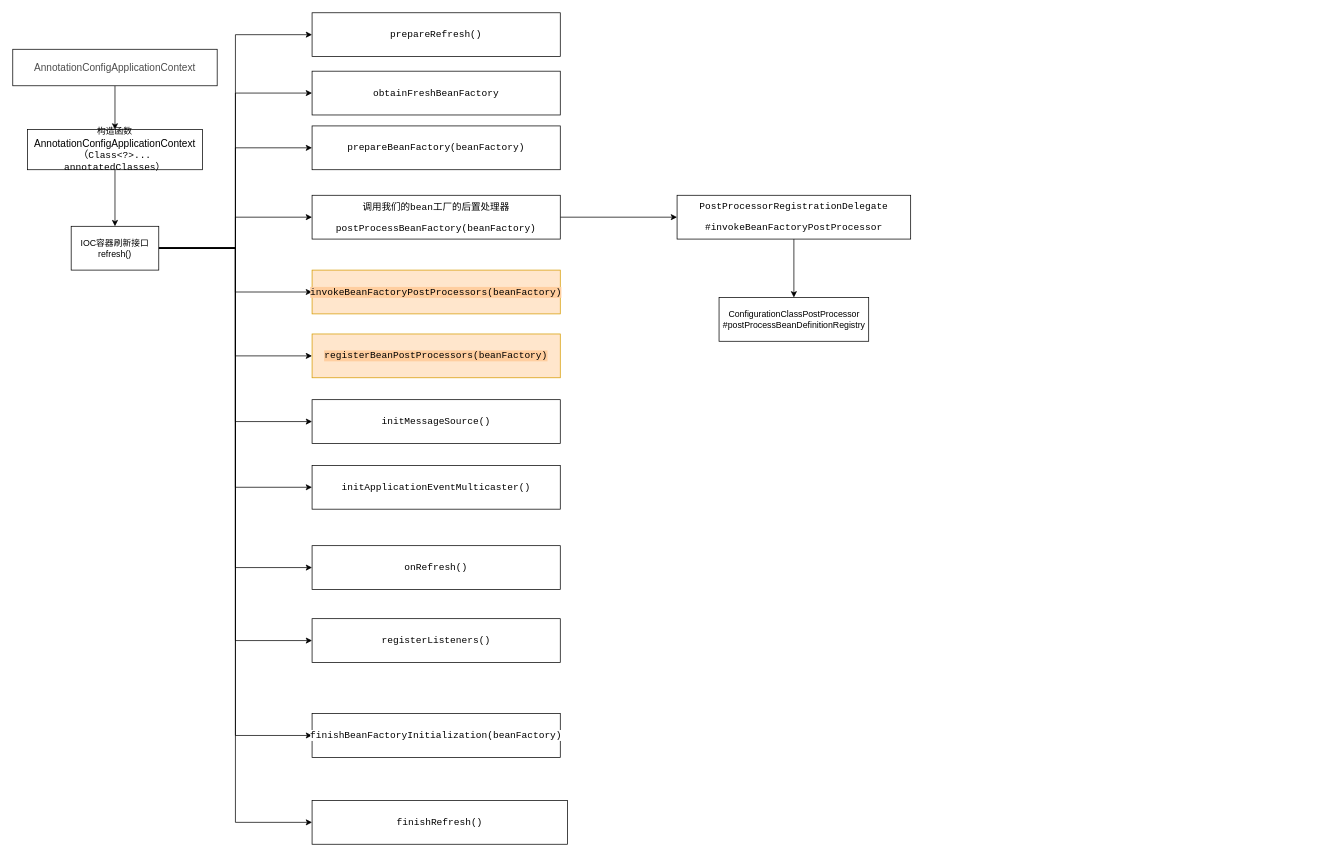
Before: Spring源码分析1.drawio in linbingxing/mind, a draw.io diagram. Source tidied: cells renumbered, new cells numbered last; positions are measured from the earlier drawing's top-left corner, leaving out a move shared by most shapes. Both pictures are drawn from the tidied source at 73%, with x=0, y=0 at pixel (12, 12).
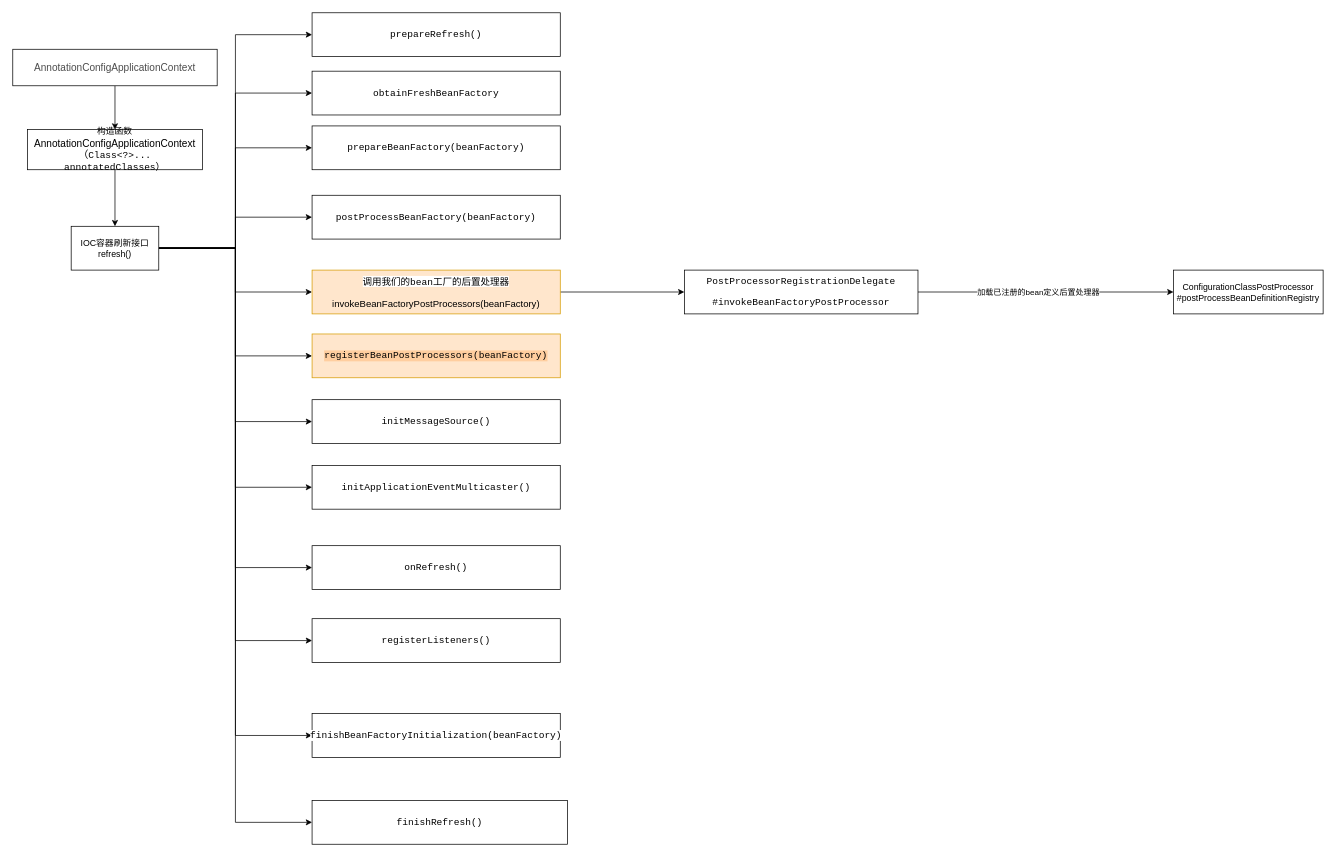
The same page after the edit.

Commit message:
更新Spring源码分析1.drawio

Unchanged cells that the change refers to:
```xml
<mxCell id="32" style="edgeStyle=orthogonalEdgeStyle;rounded=0;jettySize=auto;html=1;fontColor=#000000;" parent="1" edge="1" source="33" target="34">
  <mxGeometry relative="1" as="geometry" />
</mxCell>
```

Diff of the diagram source:
```diff
@@
-    <mxCell id="22" style="edgeStyle=orthogonalEdgeStyle;rounded=0;jettySize=auto;html=1;fontColor=#000000;" parent="1" edge="1" source="23" target="33">
-      <mxGeometry relative="1" as="geometry" />
-    </mxCell>
-    <mxCell id="23" value="&lt;pre style=&quot;font-family: &amp;#34;consolas&amp;#34; ; font-size: 9.8pt&quot;&gt;&lt;pre style=&quot;font-family: &amp;#34;arial&amp;#34; ; font-size: 9.8pt&quot;&gt;&lt;span style=&quot;background-color: rgb(255 , 255 , 255)&quot;&gt;调用我们的&lt;span style=&quot;font-family: &amp;#34;consolas&amp;#34;&quot;&gt;bean&lt;/span&gt;工厂的后置处理器&lt;/span&gt;&lt;/pre&gt;&lt;/pre&gt;&lt;pre style=&quot;font-family: &amp;#34;consolas&amp;#34; ; font-size: 9.8pt&quot;&gt;&lt;span style=&quot;background-color: rgb(255 , 255 , 255)&quot;&gt;postProcessBeanFactory(beanFactory)&lt;/span&gt;&lt;/pre&gt;" style="whiteSpace=wrap;html=1;rounded=0;" parent="1" vertex="1">
+    <mxCell id="23" value="&lt;pre style=&quot;font-family: &amp;#34;consolas&amp;#34; ; font-size: 9.8pt&quot;&gt;&lt;pre style=&quot;font-family: &amp;#34;arial&amp;#34; ; font-size: 9.8pt&quot;&gt;&lt;span style=&quot;background-color: rgb(255 , 255 , 255) ; font-family: &amp;#34;consolas&amp;#34; ; font-size: 9.8pt ; white-space: normal&quot;&gt;postProcessBeanFactory(beanFactory)&lt;/span&gt;&lt;br&gt;&lt;/pre&gt;&lt;/pre&gt;" style="whiteSpace=wrap;html=1;rounded=0;" parent="1" vertex="1">
       <mxGeometry x="410" y="250" width="340" height="60" as="geometry" />
     </mxCell>
+    <mxCell id="35" style="edgeStyle=orthogonalEdgeStyle;rounded=0;jettySize=auto;html=1;entryX=0;entryY=0.5;entryDx=0;entryDy=0;fontColor=#000000;" parent="1" edge="1" source="24" target="33">
+      <mxGeometry relative="1" as="geometry" />
+    </mxCell>
-    <mxCell id="24" value="&lt;pre style=&quot;font-family: &amp;#34;consolas&amp;#34; ; font-size: 9.8pt&quot;&gt;&lt;span style=&quot;background-color: rgb(255 , 206 , 159)&quot;&gt;invokeBeanFactoryPostProcessors(beanFactory)&lt;/span&gt;&lt;/pre&gt;" style="whiteSpace=wrap;html=1;rounded=0;fillColor=#ffe6cc;strokeColor=#d79b00;" parent="1" vertex="1">
+    <mxCell id="24" value="&lt;pre style=&quot;font-family: &amp;#34;consolas&amp;#34; ; font-size: 9.8pt&quot;&gt;&lt;pre style=&quot;font-family: &amp;#34;arial&amp;#34; ; font-size: 9.8pt&quot;&gt;&lt;span style=&quot;background-color: rgb(255 , 255 , 255)&quot;&gt;调用我们的&lt;span style=&quot;font-family: &amp;#34;consolas&amp;#34;&quot;&gt;bean&lt;/span&gt;工厂的后置处理器&lt;/span&gt;&lt;/pre&gt;&lt;pre style=&quot;font-family: &amp;#34;arial&amp;#34; ; font-size: 9.8pt&quot;&gt;invokeBeanFactoryPostProcessors(beanFactory)&lt;/pre&gt;&lt;/pre&gt;" style="whiteSpace=wrap;html=1;rounded=0;fillColor=#ffe6cc;strokeColor=#d79b00;" parent="1" vertex="1">
       <mxGeometry x="410" y="352.5" width="340" height="60" as="geometry" />
     </mxCell>
@@
+    <mxCell id="36" value="加载已注册的bean定义后置处理器" style="edgeLabel;html=1;align=center;verticalAlign=middle;fontColor=#000000;" parent="32" vertex="1">
+      <mxGeometry x="-0.3" y="1" relative="1" as="geometry">
+        <mxPoint x="42" y="1" as="offset" />
+      </mxGeometry>
+    </mxCell>
     <mxCell id="33" value="&lt;pre style=&quot;font-family: &amp;#34;consolas&amp;#34; ; font-size: 9.8pt&quot;&gt;&lt;span style=&quot;background-color: rgb(255 , 255 , 255)&quot;&gt;PostProcessorRegistrationDelegate&lt;/span&gt;&lt;/pre&gt;&lt;pre style=&quot;font-family: &amp;#34;consolas&amp;#34; ; font-size: 9.8pt&quot;&gt;&lt;span style=&quot;background-color: rgb(255 , 255 , 255)&quot;&gt;#invokeBeanFactoryPostProcessor&lt;/span&gt;&lt;/pre&gt;" style="whiteSpace=wrap;html=1;rounded=0;" parent="1" vertex="1">
-      <mxGeometry x="910" y="250" width="320" height="60" as="geometry" />
+      <mxGeometry x="920" y="352.5" width="320" height="60" as="geometry" />
     </mxCell>
     <mxCell id="34" value="ConfigurationClassPostProcessor&lt;br&gt;#postProcessBeanDefinitionRegistry" style="whiteSpace=wrap;html=1;rounded=0;" parent="1" vertex="1">
-      <mxGeometry x="967.5" y="390" width="205" height="60" as="geometry" />
+      <mxGeometry x="1590" y="352.5" width="205" height="60" as="geometry" />
     </mxCell>
```
